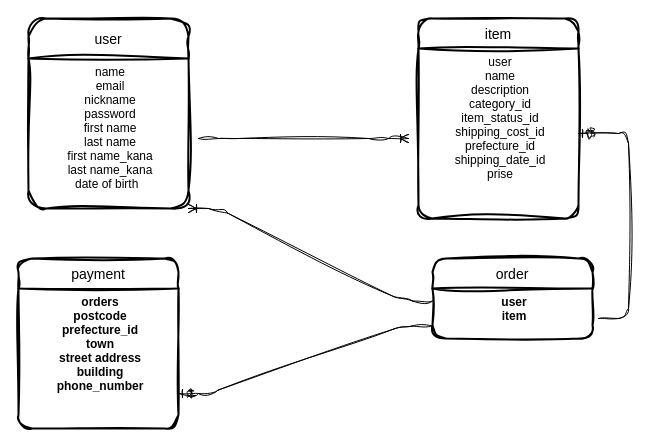
The draw.io diagram .dio in murakamihibiki/furima-39596, before the edit. Source tidied: cells renumbered, new cells numbered last; positions are measured from the earlier drawing's top-left corner, leaving out a move shared by most shapes. Both pictures are drawn from the tidied source at 100%, with x=0, y=0 at pixel (18, 18).
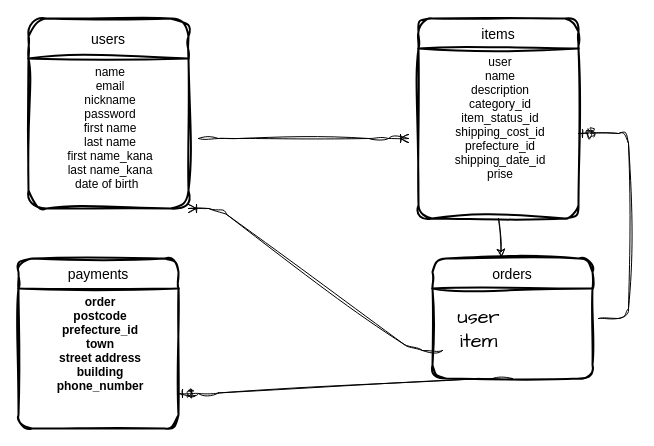
The same page after the edit.

Commit message (it also covers changes not shown here):
データベース修正

Diff of the diagram source:
```diff
@@
 <mxGraphModel>
   <root>
     <mxCell id="0" />
     <mxCell id="1" parent="0" />
-    <mxCell id="2" value="user" style="swimlane;horizontal=1;startSize=40;rounded=1;fontSize=14;fontStyle=0;strokeWidth=2;shadow=0;dashed=0;align=center;sketch=1;curveFitting=1;jiggle=2;fontFamily=Helvetica;" parent="1" vertex="1">
+    <mxCell id="2" value="users" style="swimlane;horizontal=1;startSize=40;rounded=1;fontSize=14;fontStyle=0;strokeWidth=2;shadow=0;dashed=0;align=center;sketch=1;curveFitting=1;jiggle=2;fontFamily=Helvetica;" parent="1" vertex="1">
       <mxGeometry x="10" width="160" height="190" as="geometry" />
     </mxCell>
     <mxCell id="3" value="name&#10;email&#10;nickname&#10;password&#10;first name&#10;last name&#10;first name_kana&#10;last name_kana&#10;date of birth  &#10;" style="align=center;strokeColor=none;fillColor=none;spacingLeft=4;fontSize=12;verticalAlign=top;sketch=1;curveFitting=1;jiggle=2;fontFamily=Helvetica;" parent="2" vertex="1">
       <mxGeometry y="40" width="160" height="150" as="geometry" />
     </mxCell>
-    <mxCell id="4" value="item" style="swimlane;horizontal=1;startSize=30;rounded=1;fontSize=14;fontStyle=0;strokeWidth=2;shadow=0;dashed=0;align=center;sketch=1;curveFitting=1;jiggle=2;fontFamily=Helvetica;" parent="1" vertex="1">
+    <mxCell id="4" value="items" style="swimlane;horizontal=1;startSize=30;rounded=1;fontSize=14;fontStyle=0;strokeWidth=2;shadow=0;dashed=0;align=center;sketch=1;curveFitting=1;jiggle=2;fontFamily=Helvetica;" parent="1" vertex="1">
       <mxGeometry x="400" width="160" height="200" as="geometry" />
     </mxCell>
     <mxCell id="5" value="user&#10;name&#10;description&#10;category_id&#10;item_status_id&#10;shipping_cost_id&#10;prefecture_id&#10;shipping_date_id&#10;prise" style="align=center;strokeColor=none;fillColor=none;spacingLeft=4;fontSize=12;verticalAlign=top;fontStyle=0;sketch=1;curveFitting=1;jiggle=2;fontFamily=Helvetica;" parent="4" vertex="1">
       <mxGeometry y="30" width="160" height="170" as="geometry" />
     </mxCell>
-    <mxCell id="6" value="order" style="swimlane;horizontal=1;startSize=30;rounded=1;fontSize=14;fontStyle=0;strokeWidth=2;shadow=0;dashed=0;align=center;sketch=1;hachureGap=4;jiggle=2;curveFitting=1;fontFamily=Helvetica;" parent="1" vertex="1">
-      <mxGeometry x="414" y="240" width="160" height="80" as="geometry" />
+    <mxCell id="6" value="orders" style="swimlane;horizontal=1;startSize=30;rounded=1;fontSize=14;fontStyle=0;strokeWidth=2;shadow=0;dashed=0;align=center;sketch=1;hachureGap=4;jiggle=2;curveFitting=1;fontFamily=Helvetica;" parent="1" vertex="1">
+      <mxGeometry x="414" y="240" width="160" height="120" as="geometry" />
     </mxCell>
-    <mxCell id="7" value="user&#10;item&#10;" style="align=center;strokeColor=none;fillColor=none;spacingLeft=4;fontSize=12;verticalAlign=top;sketch=1;hachureGap=4;jiggle=2;curveFitting=1;fontFamily=Helvetica;fontStyle=1;" parent="6" vertex="1">
-      <mxGeometry y="30" width="160" height="50" as="geometry" />
-    </mxCell>
-    <mxCell id="8" value="payment" style="swimlane;horizontal=1;startSize=30;rounded=1;fontSize=14;fontStyle=0;strokeWidth=2;shadow=0;dashed=0;align=center;sketch=1;hachureGap=4;jiggle=2;curveFitting=1;fontFamily=Helvetica;" parent="1" vertex="1">
+    <mxCell id="8" value="payments" style="swimlane;horizontal=1;startSize=30;rounded=1;fontSize=14;fontStyle=0;strokeWidth=2;shadow=0;dashed=0;align=center;sketch=1;hachureGap=4;jiggle=2;curveFitting=1;fontFamily=Helvetica;" parent="1" vertex="1">
       <mxGeometry y="240" width="160" height="170" as="geometry" />
     </mxCell>
-    <mxCell id="9" value="orders&#10;postcode&#10;prefecture_id&#10;town&#10;street address&#10;building&#10;phone_number&#10;" style="align=center;strokeColor=none;fillColor=none;spacingLeft=4;fontSize=12;verticalAlign=top;sketch=1;hachureGap=4;jiggle=2;curveFitting=1;fontFamily=Helvetica;fontStyle=1;" parent="8" vertex="1">
+    <mxCell id="9" value="order&#10;postcode&#10;prefecture_id&#10;town&#10;street address&#10;building&#10;phone_number&#10;" style="align=center;strokeColor=none;fillColor=none;spacingLeft=4;fontSize=12;verticalAlign=top;sketch=1;hachureGap=4;jiggle=2;curveFitting=1;fontFamily=Helvetica;fontStyle=1;" parent="8" vertex="1">
       <mxGeometry y="30" width="160" height="140" as="geometry" />
     </mxCell>
     <mxCell id="10" style="edgeStyle=entityRelationEdgeStyle;fontSize=12;html=1;endArrow=ERoneToMany;sketch=1;hachureGap=4;jiggle=2;curveFitting=1;fontFamily=Helvetica;elbow=vertical;" parent="1" edge="1">
       <mxGeometry relative="1" as="geometry">
         <mxPoint x="180" y="120" as="sourcePoint" />
         <mxPoint x="390" y="120" as="targetPoint" />
       </mxGeometry>
     </mxCell>
-    <mxCell id="11" style="edgeStyle=entityRelationEdgeStyle;fontSize=12;html=1;endArrow=ERoneToMany;sketch=1;hachureGap=4;jiggle=2;curveFitting=1;fontFamily=Helvetica;elbow=vertical;entryX=1;entryY=1;entryDx=0;entryDy=0;exitX=0;exitY=0.25;exitDx=0;exitDy=0;" parent="1" edge="1" source="7" target="3">
+    <mxCell id="11" style="edgeStyle=entityRelationEdgeStyle;fontSize=12;html=1;endArrow=ERoneToMany;sketch=1;hachureGap=4;jiggle=2;curveFitting=1;fontFamily=Helvetica;elbow=vertical;entryX=1;entryY=1;entryDx=0;entryDy=0;exitX=-0.014;exitY=0.867;exitDx=0;exitDy=0;exitPerimeter=0;" parent="1" edge="1" source="7" target="3">
       <mxGeometry relative="1" as="geometry" />
     </mxCell>
-    <mxCell id="12" style="edgeStyle=entityRelationEdgeStyle;fontSize=12;html=1;endArrow=ERzeroToOne;endFill=1;sketch=1;hachureGap=4;jiggle=2;curveFitting=1;fontFamily=Helvetica;elbow=vertical;entryX=1;entryY=0.75;entryDx=0;entryDy=0;exitX=0;exitY=0.75;exitDx=0;exitDy=0;" parent="1" edge="1" source="7" target="9">
+    <mxCell id="12" style="edgeStyle=entityRelationEdgeStyle;fontSize=12;html=1;endArrow=ERzeroToOne;endFill=1;sketch=1;hachureGap=4;jiggle=2;curveFitting=1;fontFamily=Helvetica;elbow=vertical;entryX=1;entryY=0.75;entryDx=0;entryDy=0;exitX=0.5;exitY=1;exitDx=0;exitDy=0;" parent="1" edge="1" source="6" target="9">
       <mxGeometry relative="1" as="geometry" />
     </mxCell>
     <mxCell id="13" style="edgeStyle=entityRelationEdgeStyle;fontSize=12;html=1;endArrow=ERzeroToOne;endFill=1;sketch=1;hachureGap=4;jiggle=2;curveFitting=1;fontFamily=Helvetica;elbow=vertical;entryX=1;entryY=0.5;entryDx=0;entryDy=0;" parent="1" edge="1" target="5">
       <mxGeometry relative="1" as="geometry">
         <mxPoint x="580" y="300" as="sourcePoint" />
       </mxGeometry>
     </mxCell>
+    <mxCell id="14" style="edgeStyle=none;sketch=1;hachureGap=4;jiggle=2;curveFitting=1;html=1;fontFamily=Architects Daughter;fontSize=16;entryX=0.431;entryY=-0.008;entryDx=0;entryDy=0;entryPerimeter=0;" parent="1" edge="1" target="6">
+      <mxGeometry relative="1" as="geometry">
+        <mxPoint x="480" y="200" as="sourcePoint" />
+      </mxGeometry>
+    </mxCell>
+    <mxCell id="7" value="user&lt;br&gt;item" style="text;html=1;align=center;verticalAlign=middle;points=[];strokeColor=none;fillColor=none;fontSize=20;fontFamily=Architects Daughter;sketch=1;hachureGap=4;jiggle=2;curveFitting=1;" parent="1" vertex="1">
+      <mxGeometry x="425" y="280" width="70" height="60" as="geometry" />
+    </mxCell>
   </root>
 </mxGraphModel>
```
